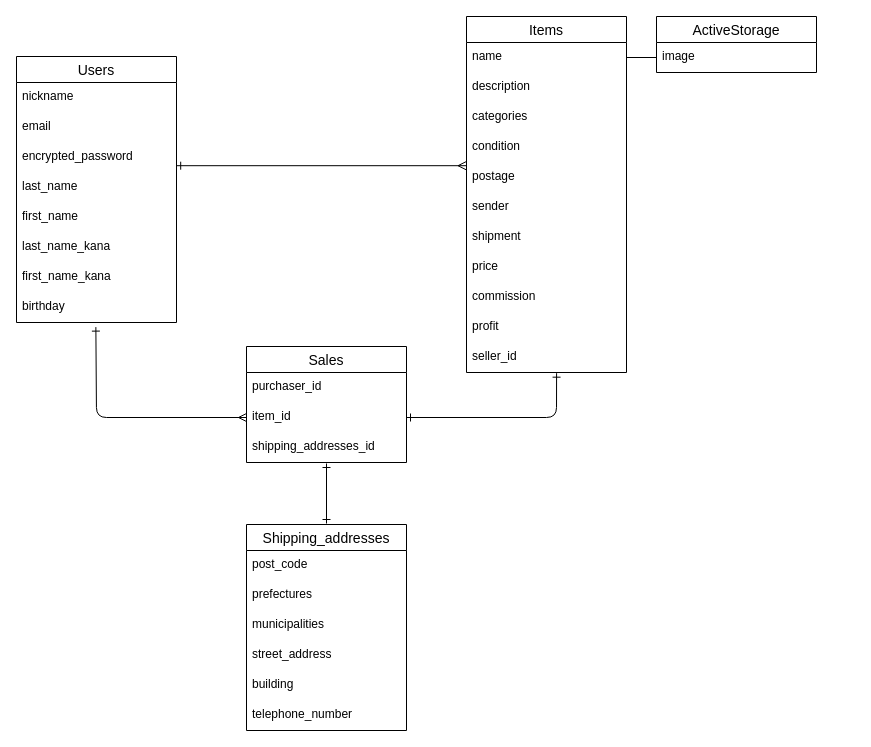
Earlier version of the draw.io diagram furima.dio (fuuuuumin/furima-39421). Source tidied: cells renumbered, new cells numbered last; positions are measured from the earlier drawing's top-left corner, leaving out a move shared by most shapes. Both pictures are drawn from the tidied source at 100%, with x=0, y=0 at pixel (16, 16).
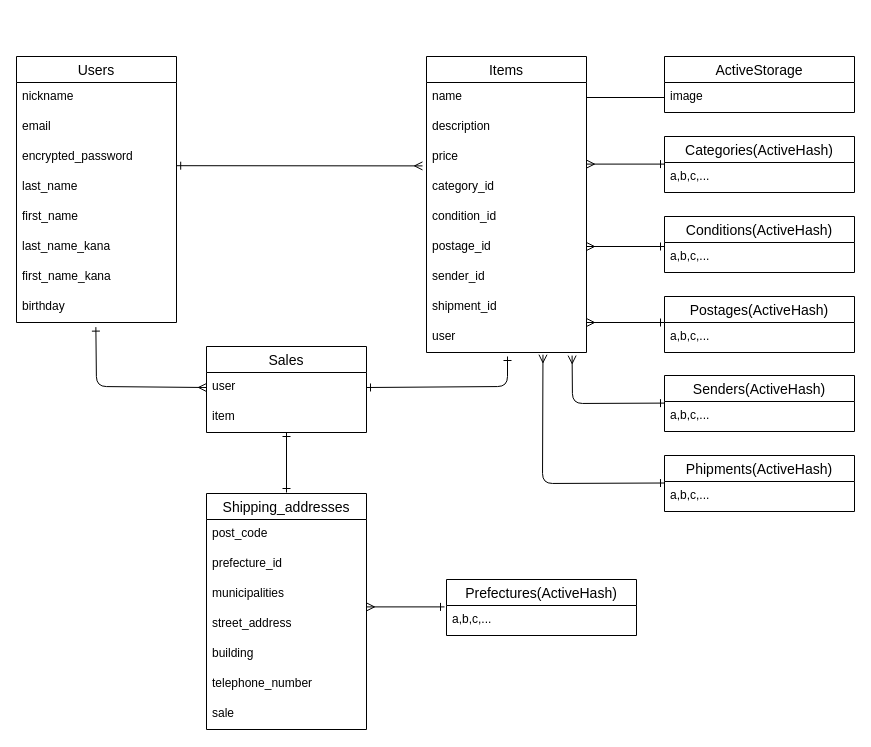
The same diagram, later.

Commit message (it also covers changes not shown here):
レビュー対応

Unchanged cells that the change refers to:
```xml
<mxCell id="10" value="birthday" style="text;strokeColor=none;fillColor=none;spacingLeft=4;spacingRight=4;overflow=hidden;points=[[0,0.5],[1,0.5]];portConstraint=eastwest;fontSize=12;" parent="2" vertex="1">
  <mxGeometry y="236" width="160" height="30" as="geometry" />
</mxCell>
```

Diff of the diagram source:
```diff
@@
     <mxCell id="11" value="Items" style="swimlane;fontStyle=0;horizontal=1;startSize=26;align=center;fontSize=14;" parent="1" vertex="1">
-      <mxGeometry x="450" width="160" height="356" as="geometry" />
+      <mxGeometry x="410" y="40" width="160" height="296" as="geometry" />
     </mxCell>
@@
-    <mxCell id="14" value="categories" style="text;strokeColor=none;fillColor=none;spacingLeft=4;spacingRight=4;overflow=hidden;fontSize=12;" parent="11" vertex="1">
-      <mxGeometry y="86" width="160" height="30" as="geometry" />
-    </mxCell>
-    <mxCell id="15" value="condition" style="text;strokeColor=none;fillColor=none;spacingLeft=4;spacingRight=4;overflow=hidden;fontSize=12;" parent="11" vertex="1">
-      <mxGeometry y="116" width="160" height="30" as="geometry" />
-    </mxCell>
-    <mxCell id="16" value="postage" style="text;strokeColor=none;fillColor=none;spacingLeft=4;spacingRight=4;overflow=hidden;fontSize=12;" parent="11" vertex="1">
-      <mxGeometry y="146" width="160" height="30" as="geometry" />
-    </mxCell>
-    <mxCell id="17" value="sender" style="text;strokeColor=none;fillColor=none;spacingLeft=4;spacingRight=4;overflow=hidden;fontSize=12;" parent="11" vertex="1">
-      <mxGeometry y="176" width="160" height="30" as="geometry" />
-    </mxCell>
-    <mxCell id="18" value="shipment" style="text;strokeColor=none;fillColor=none;spacingLeft=4;spacingRight=4;overflow=hidden;fontSize=12;" parent="11" vertex="1">
-      <mxGeometry y="206" width="160" height="30" as="geometry" />
-    </mxCell>
     <mxCell id="19" value="price" style="text;strokeColor=none;fillColor=none;spacingLeft=4;spacingRight=4;overflow=hidden;points=[[0,0.5],[1,0.5]];portConstraint=eastwest;fontSize=12;" parent="11" vertex="1">
-      <mxGeometry y="236" width="160" height="30" as="geometry" />
+      <mxGeometry y="86" width="160" height="30" as="geometry" />
     </mxCell>
-    <mxCell id="20" value="commission" style="text;strokeColor=none;fillColor=none;spacingLeft=4;spacingRight=4;overflow=hidden;fontSize=12;" parent="11" vertex="1">
-      <mxGeometry y="266" width="160" height="30" as="geometry" />
-    </mxCell>
-    <mxCell id="21" value="profit" style="text;strokeColor=none;fillColor=none;spacingLeft=4;spacingRight=4;overflow=hidden;fontSize=12;" parent="11" vertex="1">
-      <mxGeometry y="296" width="160" height="30" as="geometry" />
-    </mxCell>
-    <mxCell id="22" value="seller_id" style="text;strokeColor=none;fillColor=none;spacingLeft=4;spacingRight=4;overflow=hidden;points=[[0,0.5],[1,0.5]];portConstraint=eastwest;fontSize=12;" parent="11" vertex="1">
-      <mxGeometry y="326" width="160" height="30" as="geometry" />
-    </mxCell>
+    <mxCell id="41" value="category_id" style="text;strokeColor=none;fillColor=none;spacingLeft=4;spacingRight=4;overflow=hidden;fontSize=12;" parent="11" vertex="1">
+      <mxGeometry y="116" width="160" height="30" as="geometry" />
+    </mxCell>
+    <mxCell id="42" value="condition_id" style="text;strokeColor=none;fillColor=none;spacingLeft=4;spacingRight=4;overflow=hidden;fontSize=12;" parent="11" vertex="1">
+      <mxGeometry y="146" width="160" height="30" as="geometry" />
+    </mxCell>
+    <mxCell id="43" value="postage_id" style="text;strokeColor=none;fillColor=none;spacingLeft=4;spacingRight=4;overflow=hidden;fontSize=12;" parent="11" vertex="1">
+      <mxGeometry y="176" width="160" height="30" as="geometry" />
+    </mxCell>
+    <mxCell id="44" value="sender_id" style="text;strokeColor=none;fillColor=none;spacingLeft=4;spacingRight=4;overflow=hidden;fontSize=12;" parent="11" vertex="1">
+      <mxGeometry y="206" width="160" height="30" as="geometry" />
+    </mxCell>
+    <mxCell id="45" value="shipment_id" style="text;strokeColor=none;fillColor=none;spacingLeft=4;spacingRight=4;overflow=hidden;fontSize=12;" parent="11" vertex="1">
+      <mxGeometry y="236" width="160" height="30" as="geometry" />
+    </mxCell>
+    <mxCell id="46" value="user" style="text;strokeColor=none;fillColor=none;spacingLeft=4;spacingRight=4;overflow=hidden;points=[[0,0.5],[1,0.5]];portConstraint=eastwest;fontSize=12;" parent="11" vertex="1">
+      <mxGeometry y="266" width="160" height="30" as="geometry" />
+    </mxCell>
     <mxCell id="23" value="Sales" style="swimlane;fontStyle=0;horizontal=1;startSize=26;align=center;fontSize=14;" parent="1" vertex="1">
-      <mxGeometry x="230" y="330" width="160" height="116" as="geometry" />
+      <mxGeometry x="190" y="330" width="160" height="86" as="geometry" />
     </mxCell>
-    <mxCell id="24" value="purchaser_id" style="text;strokeColor=none;fillColor=none;spacingLeft=4;spacingRight=4;overflow=hidden;points=[[0,0.5],[1,0.5]];portConstraint=eastwest;fontSize=12;" parent="23" vertex="1">
+    <mxCell id="24" value="user" style="text;strokeColor=none;fillColor=none;spacingLeft=4;spacingRight=4;overflow=hidden;points=[[0,0.5],[1,0.5]];portConstraint=eastwest;fontSize=12;" parent="23" vertex="1">
       <mxGeometry y="26" width="160" height="30" as="geometry" />
     </mxCell>
-    <mxCell id="25" value="item_id" style="text;strokeColor=none;fillColor=none;spacingLeft=4;spacingRight=4;overflow=hidden;points=[[0,0.5],[1,0.5]];portConstraint=eastwest;fontSize=12;" parent="23" vertex="1">
+    <mxCell id="25" value="item" style="text;strokeColor=none;fillColor=none;spacingLeft=4;spacingRight=4;overflow=hidden;points=[[0,0.5],[1,0.5]];portConstraint=eastwest;fontSize=12;" parent="23" vertex="1">
       <mxGeometry y="56" width="160" height="30" as="geometry" />
     </mxCell>
-    <mxCell id="26" value="shipping_addresses_id" style="text;strokeColor=none;fillColor=none;spacingLeft=4;spacingRight=4;overflow=hidden;fontSize=12;" parent="23" vertex="1">
-      <mxGeometry y="86" width="160" height="30" as="geometry" />
-    </mxCell>
-    <mxCell id="27" style="edgeStyle=none;html=1;exitX=0.976;exitY=-0.228;exitDx=0;exitDy=0;entryX=-0.028;entryY=0.105;entryDx=0;entryDy=0;exitPerimeter=0;entryPerimeter=0;endArrow=ERmany;endFill=0;startArrow=ERone;startFill=0;" parent="1" edge="1">
+    <mxCell id="27" style="edgeStyle=none;html=1;exitX=0.976;exitY=-0.228;exitDx=0;exitDy=0;exitPerimeter=0;endArrow=ERmany;endFill=0;startArrow=ERone;startFill=0;entryX=-0.025;entryY=0.78;entryDx=0;entryDy=0;entryPerimeter=0;" parent="1" edge="1" target="19">
       <mxGeometry relative="1" as="geometry">
         <mxPoint x="160.2" y="149.2" as="sourcePoint" />
-        <mxPoint x="449.5" y="149.2" as="targetPoint" />
       </mxGeometry>
     </mxCell>
-    <mxCell id="28" style="edgeStyle=none;html=1;startArrow=ERone;startFill=0;endArrow=ERone;endFill=0;entryX=0.563;entryY=1.023;entryDx=0;entryDy=0;entryPerimeter=0;" parent="1" edge="1" source="25" target="22">
+    <mxCell id="28" style="edgeStyle=none;html=1;startArrow=ERone;startFill=0;endArrow=ERone;endFill=0;exitX=1;exitY=0.5;exitDx=0;exitDy=0;" parent="1" edge="1" source="24">
       <mxGeometry relative="1" as="geometry">
+        <mxPoint x="491" y="340" as="targetPoint" />
         <Array as="points">
-          <mxPoint x="540" y="401" />
+          <mxPoint x="491" y="370" />
         </Array>
       </mxGeometry>
     </mxCell>
-    <mxCell id="29" style="edgeStyle=none;html=1;startArrow=ERmany;startFill=0;endArrow=ERone;endFill=0;exitX=0;exitY=0.5;exitDx=0;exitDy=0;entryX=0.496;entryY=1.154;entryDx=0;entryDy=0;entryPerimeter=0;" parent="1" edge="1" source="25" target="10">
+    <mxCell id="29" style="edgeStyle=none;html=1;startArrow=ERmany;startFill=0;endArrow=ERone;endFill=0;exitX=0;exitY=0.5;exitDx=0;exitDy=0;entryX=0.496;entryY=1.154;entryDx=0;entryDy=0;entryPerimeter=0;" parent="1" edge="1" source="24" target="10">
       <mxGeometry relative="1" as="geometry">
         <Array as="points">
-          <mxPoint x="80" y="401" />
+          <mxPoint x="80" y="370" />
         </Array>
       </mxGeometry>
     </mxCell>
     <mxCell id="30" value="ActiveStorage" style="swimlane;fontStyle=0;horizontal=1;startSize=26;align=center;fontSize=14;" parent="1" vertex="1">
-      <mxGeometry x="640" width="160" height="56" as="geometry" />
+      <mxGeometry x="648" y="40" width="190" height="56" as="geometry" />
     </mxCell>
     <mxCell id="31" value="image" style="text;strokeColor=none;fillColor=none;spacingLeft=4;spacingRight=4;overflow=hidden;points=[[0,0.5],[1,0.5]];portConstraint=eastwest;fontSize=12;" parent="30" vertex="1">
-      <mxGeometry y="26" width="160" height="30" as="geometry" />
+      <mxGeometry y="26" width="190" height="30" as="geometry" />
     </mxCell>
@@
     <mxCell id="33" value="Shipping_addresses" style="swimlane;fontStyle=0;horizontal=1;startSize=26;align=center;fontSize=14;" parent="1" vertex="1">
-      <mxGeometry x="230" y="508" width="160" height="206" as="geometry" />
+      <mxGeometry x="190" y="477" width="160" height="236" as="geometry" />
     </mxCell>
@@
-    <mxCell id="35" value="prefectures" style="text;strokeColor=none;fillColor=none;spacingLeft=4;spacingRight=4;overflow=hidden;fontSize=12;" parent="33" vertex="1">
+    <mxCell id="35" value="prefecture_id" style="text;strokeColor=none;fillColor=none;spacingLeft=4;spacingRight=4;overflow=hidden;fontSize=12;" parent="33" vertex="1">
       <mxGeometry y="56" width="160" height="30" as="geometry" />
     </mxCell>
@@
+    <mxCell id="26" value="sale" style="text;strokeColor=none;fillColor=none;spacingLeft=4;spacingRight=4;overflow=hidden;fontSize=12;" parent="33" vertex="1">
+      <mxGeometry y="206" width="160" height="30" as="geometry" />
+    </mxCell>
     <mxCell id="40" style="edgeStyle=none;html=1;exitX=0.5;exitY=0;exitDx=0;exitDy=0;startArrow=ERone;startFill=0;endArrow=ERone;endFill=0;" parent="1" edge="1">
       <mxGeometry relative="1" as="geometry">
-        <mxPoint x="310" y="507" as="sourcePoint" />
-        <mxPoint x="310" y="447" as="targetPoint" />
+        <mxPoint x="270" y="476" as="sourcePoint" />
+        <mxPoint x="270" y="416" as="targetPoint" />
       </mxGeometry>
     </mxCell>
+    <mxCell id="47" value="Categories(ActiveHash)" style="swimlane;fontStyle=0;horizontal=1;startSize=26;align=center;fontSize=14;" parent="1" vertex="1">
+      <mxGeometry x="648" y="120" width="190" height="56" as="geometry" />
+    </mxCell>
+    <mxCell id="48" value="a,b,c,..." style="text;strokeColor=none;fillColor=none;spacingLeft=4;spacingRight=4;overflow=hidden;fontSize=12;" parent="47" vertex="1">
+      <mxGeometry y="26" width="190" height="30" as="geometry" />
+    </mxCell>
+    <mxCell id="49" value="Conditions(ActiveHash)" style="swimlane;fontStyle=0;horizontal=1;startSize=26;align=center;fontSize=14;" parent="1" vertex="1">
+      <mxGeometry x="648" y="200" width="190" height="56" as="geometry" />
+    </mxCell>
+    <mxCell id="50" value="a,b,c,..." style="text;strokeColor=none;fillColor=none;spacingLeft=4;spacingRight=4;overflow=hidden;fontSize=12;" parent="49" vertex="1">
+      <mxGeometry y="26" width="190" height="30" as="geometry" />
+    </mxCell>
+    <mxCell id="51" value="Postages(ActiveHash)" style="swimlane;fontStyle=0;horizontal=1;startSize=26;align=center;fontSize=14;" parent="1" vertex="1">
+      <mxGeometry x="648" y="280" width="190" height="56" as="geometry" />
+    </mxCell>
+    <mxCell id="52" value="a,b,c,..." style="text;strokeColor=none;fillColor=none;spacingLeft=4;spacingRight=4;overflow=hidden;fontSize=12;" parent="51" vertex="1">
+      <mxGeometry y="26" width="190" height="30" as="geometry" />
+    </mxCell>
+    <mxCell id="53" value="Senders(ActiveHash)" style="swimlane;fontStyle=0;horizontal=1;startSize=26;align=center;fontSize=14;" parent="1" vertex="1">
+      <mxGeometry x="648" y="359" width="190" height="56" as="geometry" />
+    </mxCell>
+    <mxCell id="54" value="a,b,c,..." style="text;strokeColor=none;fillColor=none;spacingLeft=4;spacingRight=4;overflow=hidden;fontSize=12;" parent="53" vertex="1">
+      <mxGeometry y="26" width="190" height="30" as="geometry" />
+    </mxCell>
+    <mxCell id="55" value="Phipments(ActiveHash)" style="swimlane;fontStyle=0;horizontal=1;startSize=26;align=center;fontSize=14;" parent="1" vertex="1">
+      <mxGeometry x="648" y="439" width="190" height="56" as="geometry" />
+    </mxCell>
+    <mxCell id="56" value="a,b,c,..." style="text;strokeColor=none;fillColor=none;spacingLeft=4;spacingRight=4;overflow=hidden;fontSize=12;" parent="55" vertex="1">
+      <mxGeometry y="26" width="190" height="30" as="geometry" />
+    </mxCell>
+    <mxCell id="57" style="edgeStyle=none;html=1;exitX=0;exitY=0.5;exitDx=0;exitDy=0;endArrow=ERmany;endFill=0;startArrow=ERone;startFill=0;" parent="1" edge="1">
+      <mxGeometry relative="1" as="geometry">
+        <mxPoint x="648" y="306" as="sourcePoint" />
+        <mxPoint x="570" y="306" as="targetPoint" />
+      </mxGeometry>
+    </mxCell>
+    <mxCell id="58" style="edgeStyle=none;html=1;exitX=0;exitY=0.5;exitDx=0;exitDy=0;endArrow=ERmany;endFill=0;startArrow=ERone;startFill=0;" parent="1" edge="1">
+      <mxGeometry relative="1" as="geometry">
+        <mxPoint x="648" y="230" as="sourcePoint" />
+        <mxPoint x="570" y="230" as="targetPoint" />
+      </mxGeometry>
+    </mxCell>
+    <mxCell id="59" style="edgeStyle=none;html=1;exitX=0;exitY=0.5;exitDx=0;exitDy=0;endArrow=ERmany;endFill=0;startArrow=ERone;startFill=0;" parent="1" edge="1">
+      <mxGeometry relative="1" as="geometry">
+        <mxPoint x="648" y="147.6" as="sourcePoint" />
+        <mxPoint x="570" y="147.6" as="targetPoint" />
+      </mxGeometry>
+    </mxCell>
+    <mxCell id="60" style="edgeStyle=none;html=1;exitX=0;exitY=0.5;exitDx=0;exitDy=0;endArrow=ERmany;endFill=0;startArrow=ERone;startFill=0;entryX=0.91;entryY=1.103;entryDx=0;entryDy=0;entryPerimeter=0;" parent="1" edge="1" target="46">
+      <mxGeometry relative="1" as="geometry">
+        <mxPoint x="648" y="386.6" as="sourcePoint" />
+        <Array as="points">
+          <mxPoint x="556" y="387" />
+        </Array>
+      </mxGeometry>
+    </mxCell>
+    <mxCell id="61" style="edgeStyle=none;html=1;exitX=0;exitY=0.5;exitDx=0;exitDy=0;endArrow=ERmany;endFill=0;startArrow=ERone;startFill=0;entryX=0.728;entryY=1.073;entryDx=0;entryDy=0;entryPerimeter=0;" parent="1" edge="1" target="46">
+      <mxGeometry relative="1" as="geometry">
+        <mxPoint x="648" y="466.5" as="sourcePoint" />
+        <Array as="points">
+          <mxPoint x="526" y="467" />
+        </Array>
+      </mxGeometry>
+    </mxCell>
+    <mxCell id="62" value="Prefectures(ActiveHash)" style="swimlane;fontStyle=0;horizontal=1;startSize=26;align=center;fontSize=14;" parent="1" vertex="1">
+      <mxGeometry x="430" y="563" width="190" height="56" as="geometry" />
+    </mxCell>
+    <mxCell id="63" value="a,b,c,..." style="text;strokeColor=none;fillColor=none;spacingLeft=4;spacingRight=4;overflow=hidden;fontSize=12;" parent="62" vertex="1">
+      <mxGeometry y="26" width="190" height="30" as="geometry" />
+    </mxCell>
+    <mxCell id="64" style="edgeStyle=none;html=1;exitX=0;exitY=0.5;exitDx=0;exitDy=0;endArrow=ERmany;endFill=0;startArrow=ERone;startFill=0;" parent="1" edge="1">
+      <mxGeometry relative="1" as="geometry">
+        <mxPoint x="428" y="590.4" as="sourcePoint" />
+        <mxPoint x="350" y="590.4" as="targetPoint" />
+      </mxGeometry>
+    </mxCell>
```
